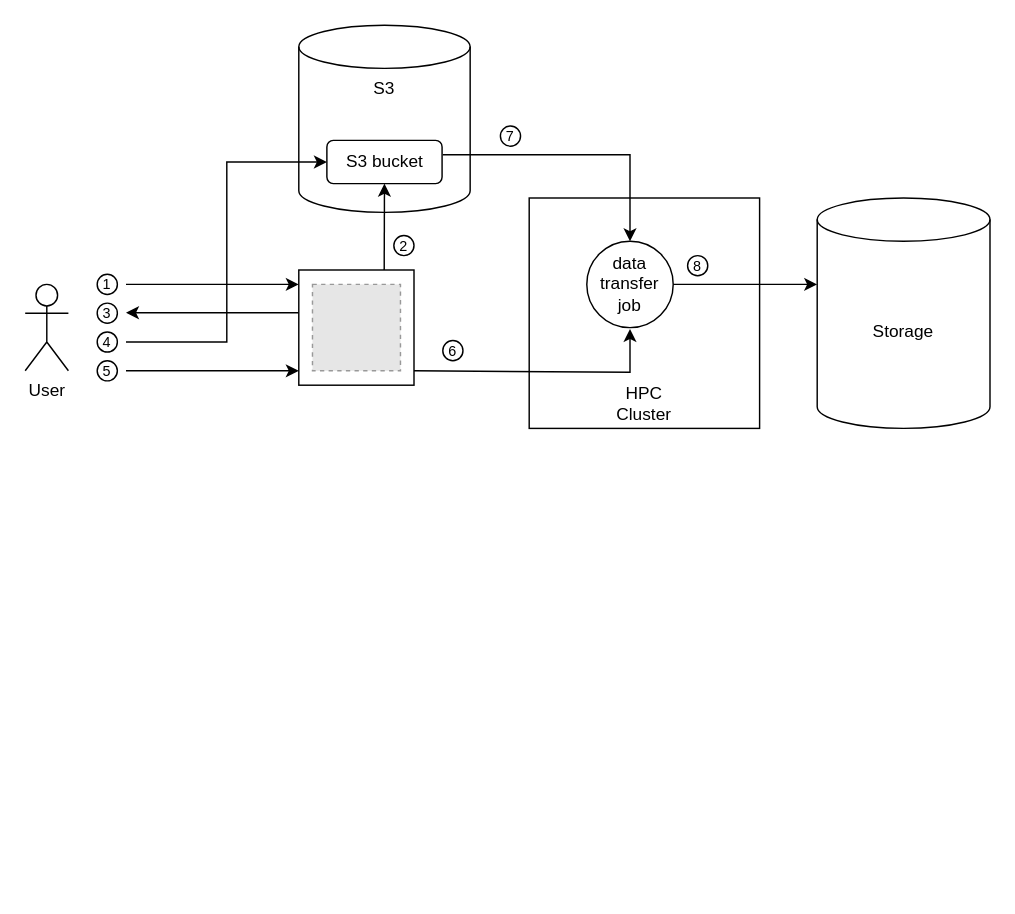
Before: docs/assets/draw_io/external_storage.drawio in germanfgv/firecrest-v2, a draw.io diagram. Source tidied: cells renumbered, new cells numbered last; positions are measured from the earlier drawing's top-left corner, leaving out a move shared by most shapes. Both pictures are drawn from the tidied source at 144%, with x=0, y=0 at pixel (24, 24). Pictures stored in the file or linked from it are replaced by grey dashed boxes.
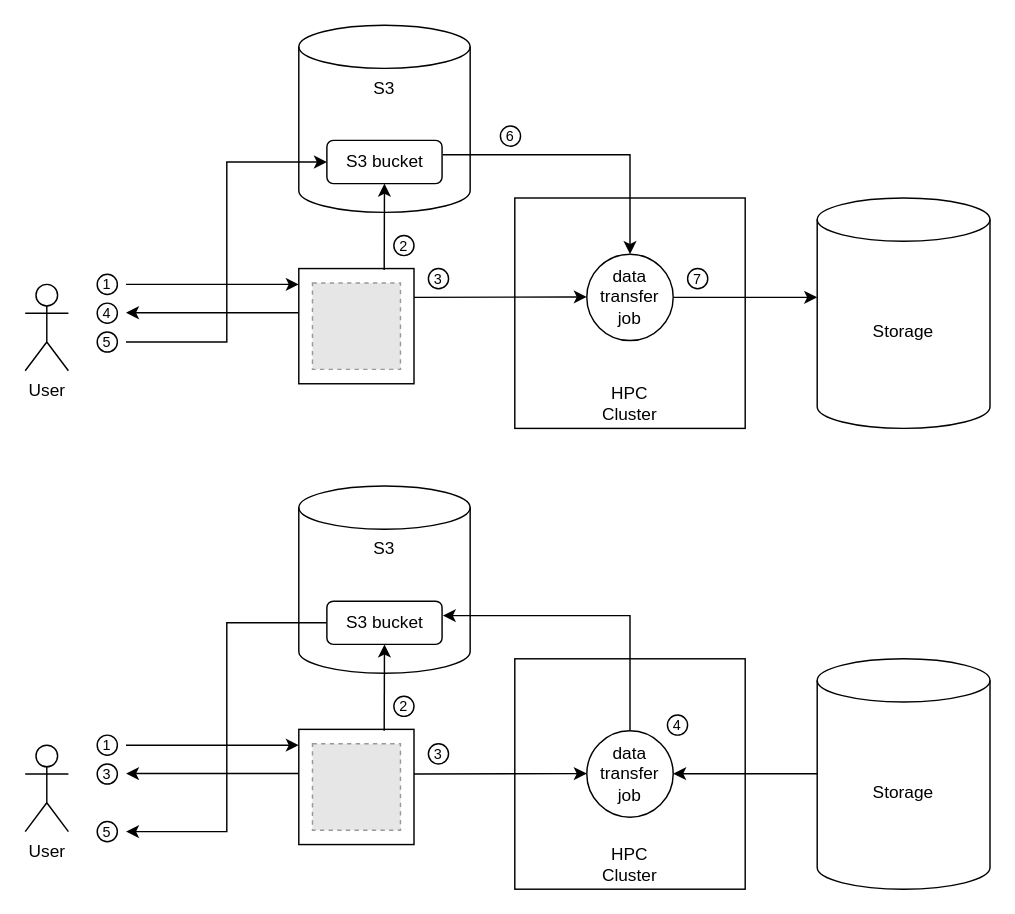
After the change.

Diff of the diagram source:
```diff
@@
     <mxCell id="3" value="HPC&lt;div&gt;Cluster&lt;/div&gt;" style="whiteSpace=wrap;html=1;verticalAlign=bottom;" parent="1" vertex="1">
-      <mxGeometry x="350" y="120" width="160" height="160" as="geometry" />
+      <mxGeometry x="340" y="120" width="160" height="160" as="geometry" />
     </mxCell>
@@
-    <mxCell id="8" style="endArrow=classic;html=1;rounded=0;" parent="1" edge="1">
-      <mxGeometry relative="1" as="geometry">
-        <mxPoint x="70" y="240" as="sourcePoint" />
-        <mxPoint x="190" y="240" as="targetPoint" />
-      </mxGeometry>
-    </mxCell>
@@
     <mxCell id="11" value="data transfer job" style="ellipse;whiteSpace=wrap;html=1;" parent="1" vertex="1">
-      <mxGeometry x="390" y="150" width="60" height="60" as="geometry" />
+      <mxGeometry x="390" y="159" width="60" height="60" as="geometry" />
     </mxCell>
-    <mxCell id="12" style="endArrow=classic;html=1;rounded=0;" parent="1" edge="1">
-      <mxGeometry relative="1" as="geometry">
-        <mxPoint x="270" y="240" as="sourcePoint" />
-        <mxPoint x="420" y="211" as="targetPoint" />
-        <Array as="points">
-          <mxPoint x="420" y="241" />
-        </Array>
-      </mxGeometry>
-    </mxCell>
     <mxCell id="13" style="endArrow=classic;html=1;rounded=0;" parent="1" edge="1">
       <mxGeometry relative="1" as="geometry">
-        <mxPoint x="450" y="180" as="sourcePoint" />
-        <mxPoint x="550" y="180" as="targetPoint" />
+        <mxPoint x="450" y="189" as="sourcePoint" />
+        <mxPoint x="550" y="189" as="targetPoint" />
       </mxGeometry>
     </mxCell>
@@
-    <mxCell id="15" value="6" style="ellipse;whiteSpace=wrap;html=1;fontSize=10;" parent="1" vertex="1">
-      <mxGeometry x="290" y="219" width="14" height="14" as="geometry" />
+    <mxCell id="15" value="3" style="ellipse;whiteSpace=wrap;html=1;fontSize=10;" parent="1" vertex="1">
+      <mxGeometry x="280" y="169" width="14" height="14" as="geometry" />
     </mxCell>
@@
-    <mxCell id="17" value="3" style="ellipse;whiteSpace=wrap;html=1;fontSize=10;" parent="1" vertex="1">
+    <mxCell id="17" value="4" style="ellipse;whiteSpace=wrap;html=1;fontSize=10;" parent="1" vertex="1">
       <mxGeometry x="50" y="193" width="14" height="14" as="geometry" />
     </mxCell>
-    <mxCell id="18" value="4" style="ellipse;whiteSpace=wrap;html=1;fontSize=10;" parent="1" vertex="1">
+    <mxCell id="18" value="5" style="ellipse;whiteSpace=wrap;html=1;fontSize=10;" parent="1" vertex="1">
       <mxGeometry x="50" y="213" width="14" height="14" as="geometry" />
     </mxCell>
-    <mxCell id="19" value="5" style="ellipse;whiteSpace=wrap;html=1;fontSize=10;" parent="1" vertex="1">
-      <mxGeometry x="50" y="233" width="14" height="14" as="geometry" />
-    </mxCell>
-    <mxCell id="20" value="7" style="ellipse;whiteSpace=wrap;html=1;fontSize=10;" parent="1" vertex="1">
+    <mxCell id="20" value="6" style="ellipse;whiteSpace=wrap;html=1;fontSize=10;" parent="1" vertex="1">
       <mxGeometry x="330" y="70" width="14" height="14" as="geometry" />
     </mxCell>
-    <mxCell id="21" value="8" style="ellipse;whiteSpace=wrap;html=1;fontSize=10;" parent="1" vertex="1">
-      <mxGeometry x="460" y="160" width="14" height="14" as="geometry" />
+    <mxCell id="21" value="7" style="ellipse;whiteSpace=wrap;html=1;fontSize=10;" parent="1" vertex="1">
+      <mxGeometry x="460" y="169" width="14" height="14" as="geometry" />
     </mxCell>
     <mxCell id="22" style="group;" parent="1" vertex="1">
-      <mxGeometry x="190" y="170" width="80" height="80" as="geometry" />
+      <mxGeometry x="190" y="169" width="80" height="80" as="geometry" />
     </mxCell>
@@
+    <mxCell id="27" style="endArrow=classic;html=1;rounded=0;" parent="1" edge="1">
+      <mxGeometry relative="1" as="geometry">
+        <mxPoint x="270" y="189" as="sourcePoint" />
+        <mxPoint x="390" y="188.7" as="targetPoint" />
+      </mxGeometry>
+    </mxCell>
+    <mxCell id="28" value="S3" style="shape=cylinder3;whiteSpace=wrap;html=1;boundedLbl=1;backgroundOutline=1;size=15;fontSize=12;verticalAlign=top;" parent="1" vertex="1">
+      <mxGeometry x="190" y="320" width="119" height="130" as="geometry" />
+    </mxCell>
+    <mxCell id="29" value="HPC&lt;div&gt;Cluster&lt;/div&gt;" style="whiteSpace=wrap;html=1;verticalAlign=bottom;" parent="1" vertex="1">
+      <mxGeometry x="340" y="440" width="160" height="160" as="geometry" />
+    </mxCell>
+    <mxCell id="30" value="User" style="shape=umlActor;verticalLabelPosition=bottom;verticalAlign=top;html=1;" parent="1" vertex="1">
+      <mxGeometry y="500" width="30" height="60" as="geometry" />
+    </mxCell>
+    <mxCell id="31" style="endArrow=classic;html=1;rounded=0;entryX=0;entryY=0.75;entryDx=0;entryDy=0;" parent="1" edge="1">
+      <mxGeometry relative="1" as="geometry">
+        <mxPoint x="70" y="500" as="sourcePoint" />
+        <mxPoint x="190" y="500" as="targetPoint" />
+      </mxGeometry>
+    </mxCell>
+    <mxCell id="32" style="endArrow=classic;html=1;rounded=0;exitX=0;exitY=0.25;exitDx=0;exitDy=0;" parent="1" edge="1">
+      <mxGeometry relative="1" as="geometry">
+        <mxPoint x="190" y="519.7" as="sourcePoint" />
+        <mxPoint x="70" y="519.7" as="targetPoint" />
+      </mxGeometry>
+    </mxCell>
+    <mxCell id="33" style="endArrow=none;html=1;rounded=0;entryX=0;entryY=0.5;entryDx=0;entryDy=0;startArrow=classic;startFill=1;" parent="1" edge="1" target="45">
+      <mxGeometry relative="1" as="geometry">
+        <mxPoint x="70" y="560" as="sourcePoint" />
+        <Array as="points">
+          <mxPoint x="140" y="560" />
+          <mxPoint x="140" y="415" />
+        </Array>
+      </mxGeometry>
+    </mxCell>
+    <mxCell id="34" style="endArrow=none;html=1;rounded=0;entryX=0.5;entryY=0;entryDx=0;entryDy=0;startArrow=classic;startFill=1;" parent="1" edge="1" target="36">
+      <mxGeometry relative="1" as="geometry">
+        <mxPoint x="290" y="410" as="sourcePoint" />
+        <Array as="points">
+          <mxPoint x="420" y="410" />
+        </Array>
+      </mxGeometry>
+    </mxCell>
+    <mxCell id="35" value="Storage" style="shape=cylinder3;whiteSpace=wrap;html=1;boundedLbl=1;backgroundOutline=1;size=15;fontSize=12;" parent="1" vertex="1">
+      <mxGeometry x="550" y="440" width="120" height="160" as="geometry" />
+    </mxCell>
+    <mxCell id="36" value="data transfer job" style="ellipse;whiteSpace=wrap;html=1;" parent="1" vertex="1">
+      <mxGeometry x="390" y="490" width="60" height="60" as="geometry" />
+    </mxCell>
+    <mxCell id="37" style="endArrow=none;html=1;rounded=0;startArrow=classic;startFill=1;" parent="1" edge="1">
+      <mxGeometry relative="1" as="geometry">
+        <mxPoint x="450" y="519.8" as="sourcePoint" />
+        <mxPoint x="550" y="519.8" as="targetPoint" />
+      </mxGeometry>
+    </mxCell>
+    <mxCell id="38" value="1" style="ellipse;whiteSpace=wrap;html=1;fontSize=10;" parent="1" vertex="1">
+      <mxGeometry x="50" y="493" width="14" height="14" as="geometry" />
+    </mxCell>
+    <mxCell id="39" value="3" style="ellipse;whiteSpace=wrap;html=1;fontSize=10;" parent="1" vertex="1">
+      <mxGeometry x="280" y="499" width="14" height="14" as="geometry" />
+    </mxCell>
+    <mxCell id="40" value="2" style="ellipse;whiteSpace=wrap;html=1;fontSize=10;" parent="1" vertex="1">
+      <mxGeometry x="256" y="466" width="14" height="14" as="geometry" />
+    </mxCell>
+    <mxCell id="41" value="3" style="ellipse;whiteSpace=wrap;html=1;fontSize=10;" parent="1" vertex="1">
+      <mxGeometry x="50" y="513" width="14" height="14" as="geometry" />
+    </mxCell>
+    <mxCell id="19" value="5" style="ellipse;whiteSpace=wrap;html=1;fontSize=10;" parent="1" vertex="1">
+      <mxGeometry x="50" y="553" width="14" height="14" as="geometry" />
+    </mxCell>
+    <mxCell id="42" style="group;" parent="1" vertex="1">
+      <mxGeometry x="190" y="489" width="80" height="80" as="geometry" />
+    </mxCell>
+    <mxCell id="43" style="whiteSpace=wrap;html=1;" parent="42" vertex="1">
+      <mxGeometry width="80" height="80" as="geometry" />
+    </mxCell>
+    <mxCell id="44" style="fillColor=#E6E6E6;strokeColor=#999999;dashed=1;verticalLabelPosition=bottom;labelBackgroundColor=default;verticalAlign=top;" parent="42" vertex="1">
+      <mxGeometry x="9.5" y="10" width="61.1" height="60" as="geometry" />
+    </mxCell>
+    <mxCell id="45" value="S3 bucket" style="rounded=1;whiteSpace=wrap;html=1;" parent="1" vertex="1">
+      <mxGeometry x="209.5" y="400" width="80" height="30" as="geometry" />
+    </mxCell>
+    <mxCell id="46" style="endArrow=classic;html=1;rounded=0;entryX=0.5;entryY=1;entryDx=0;entryDy=0;" parent="1" edge="1" target="45">
+      <mxGeometry relative="1" as="geometry">
+        <mxPoint x="249.3" y="490" as="sourcePoint" />
+      </mxGeometry>
+    </mxCell>
+    <mxCell id="47" style="endArrow=classic;html=1;rounded=0;" parent="1" edge="1">
+      <mxGeometry relative="1" as="geometry">
+        <mxPoint x="270" y="520" as="sourcePoint" />
+        <mxPoint x="390" y="519.7" as="targetPoint" />
+      </mxGeometry>
+    </mxCell>
+    <mxCell id="48" value="4" style="ellipse;whiteSpace=wrap;html=1;fontSize=10;" parent="1" vertex="1">
+      <mxGeometry x="446" y="479" width="14" height="14" as="geometry" />
+    </mxCell>
```
